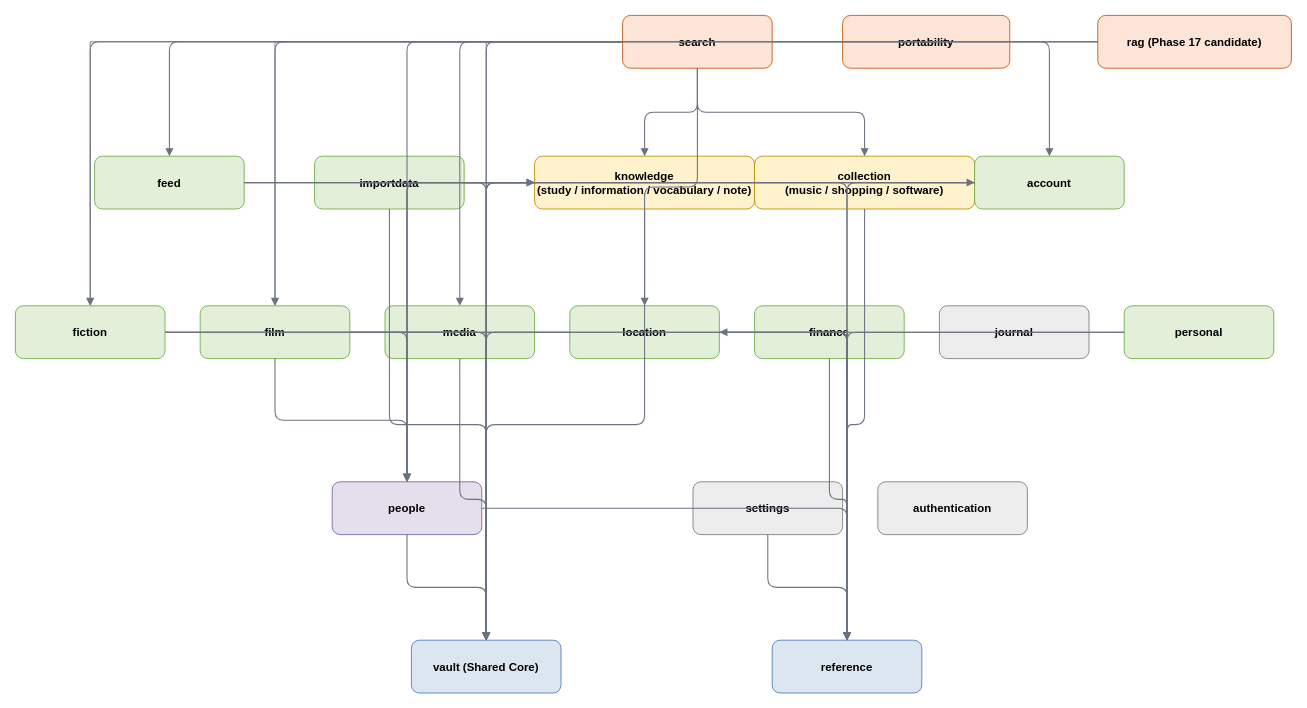
Earlier version of the draw.io diagram docs/architecture/diagrams/source/module-dependencies.drawio (vhvkhangg/personal-private-vault). Source tidied: cells renumbered, new cells numbered last; positions are measured from the earlier drawing's top-left corner, leaving out a move shared by most shapes. Both pictures are drawn from the tidied source at 88%, with x=0, y=0 at pixel (15, 15).
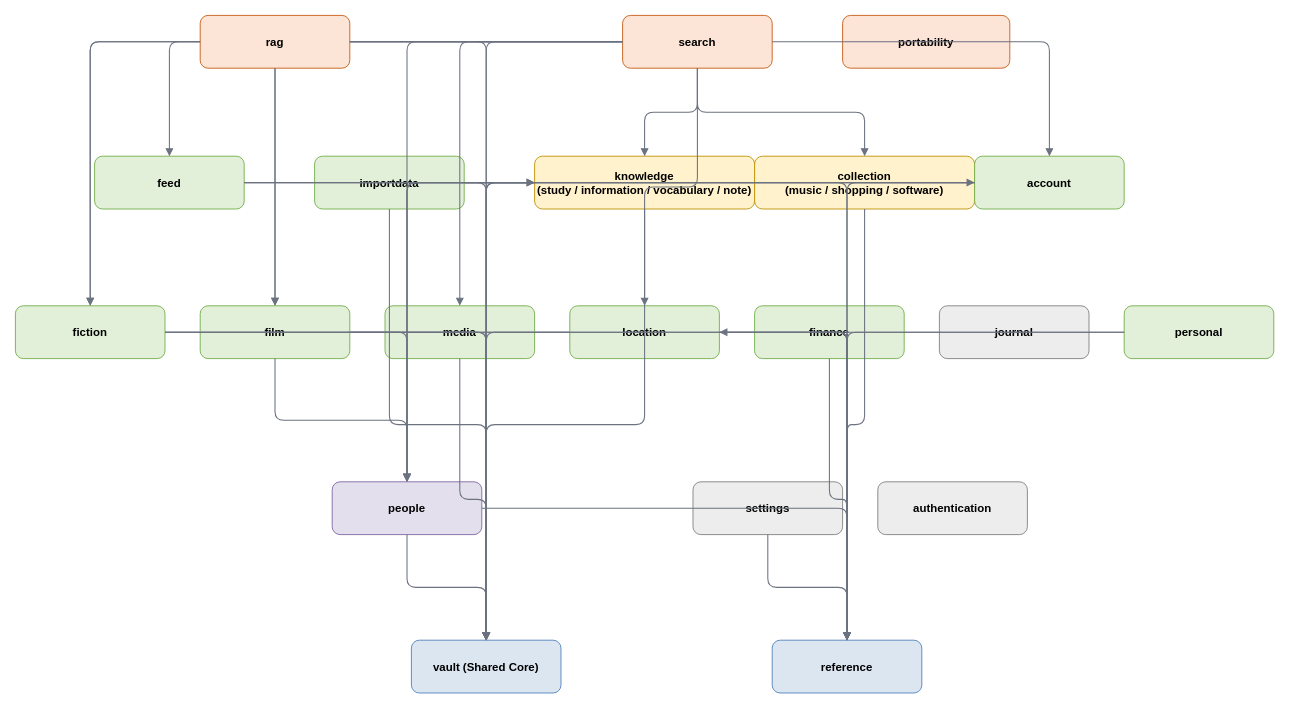
The same page after the edit.

Unchanged cells that the change refers to:
```xml
<mxCell id="9" value="fiction" style="rounded=1;whiteSpace=wrap;html=1;fillColor=#E2F0D9;strokeColor=#70AD47;fontStyle=1;fontSize=13;align=center;verticalAlign=middle;" parent="1" vertex="1">
  <mxGeometry y="330" width="170" height="60" as="geometry" />
</mxCell>
<mxCell id="10" value="film" style="rounded=1;whiteSpace=wrap;html=1;fillColor=#E2F0D9;strokeColor=#70AD47;fontStyle=1;fontSize=13;align=center;verticalAlign=middle;" parent="1" vertex="1">
  <mxGeometry x="210" y="330" width="170" height="60" as="geometry" />
</mxCell>
<mxCell id="19" value="vault (Shared Core)" style="rounded=1;whiteSpace=wrap;html=1;fillColor=#DCE6F1;strokeColor=#4F81BD;fontStyle=1;fontSize=13;align=center;verticalAlign=middle;" parent="1" vertex="1">
  <mxGeometry x="450" y="710" width="170" height="60" as="geometry" />
</mxCell>
```

Change to the diagram source:
```diff
@@
-    <mxCell id="59" value="rag (Phase 17 candidate)" style="rounded=1;whiteSpace=wrap;html=1;fillColor=#FCE4D6;strokeColor=#C65911;fontStyle=1;fontSize=13;align=center;verticalAlign=middle;" parent="1" vertex="1">
-      <mxGeometry x="1230" width="220" height="60" as="geometry" />
+    <mxCell id="59" value="rag" style="rounded=1;whiteSpace=wrap;html=1;fillColor=#FCE4D6;strokeColor=#C65911;fontStyle=1;fontSize=13;align=center;verticalAlign=middle;" parent="1" vertex="1">
+      <mxGeometry x="210" width="170" height="60" as="geometry" />
     </mxCell>
-    <mxCell id="60" style="edgeStyle=orthogonalEdgeStyle;rounded=0;html=1;endArrow=classic;strokeColor=#6B7280;" parent="1" edge="1" source="59" target="19">
+    <mxCell id="60" style="edgeStyle=orthogonalEdgeStyle;rounded=1;jettySize=auto;html=1;endArrow=block;endFill=1;strokeWidth=1.2;strokeColor=#6B7280;" parent="1" edge="1" source="59" target="19">
       <mxGeometry relative="1" as="geometry" />
     </mxCell>
-    <mxCell id="61" style="edgeStyle=orthogonalEdgeStyle;rounded=0;html=1;endArrow=classic;strokeColor=#6B7280;" parent="1" edge="1" source="59" target="9">
+    <mxCell id="61" style="edgeStyle=orthogonalEdgeStyle;rounded=1;jettySize=auto;html=1;endArrow=block;endFill=1;strokeWidth=1.2;strokeColor=#6B7280;" parent="1" edge="1" source="59" target="9">
       <mxGeometry relative="1" as="geometry" />
     </mxCell>
-    <mxCell id="62" style="edgeStyle=orthogonalEdgeStyle;rounded=0;html=1;endArrow=classic;strokeColor=#6B7280;" parent="1" edge="1" source="59" target="10">
+    <mxCell id="62" style="edgeStyle=orthogonalEdgeStyle;rounded=1;jettySize=auto;html=1;endArrow=block;endFill=1;strokeWidth=1.2;strokeColor=#6B7280;" parent="1" edge="1" source="59" target="10">
       <mxGeometry relative="1" as="geometry" />
     </mxCell>
```
